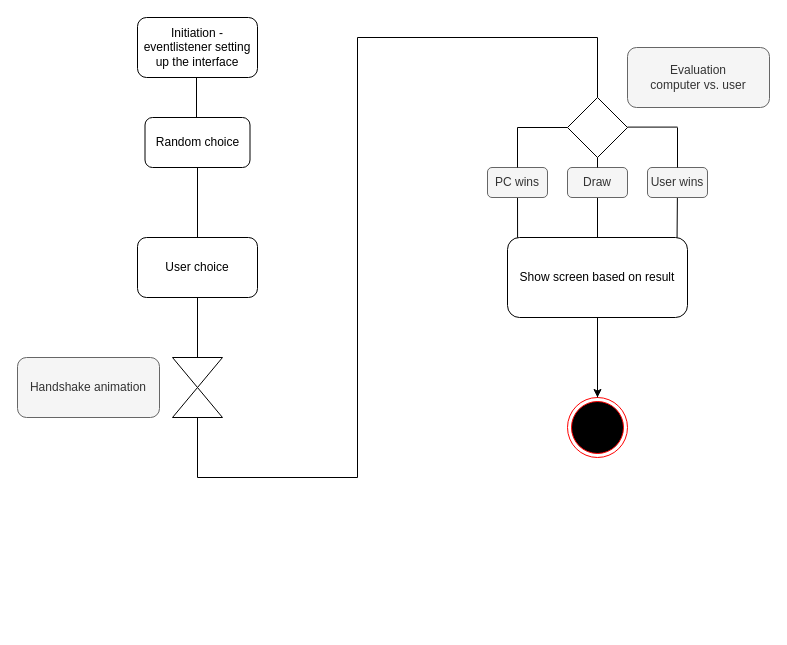
Above: Untitled Diagram.drawio in TheFred94/thegame (draw.io), before the change. Source tidied: cells renumbered, new cells numbered last; positions are measured from the earlier drawing's top-left corner, leaving out a move shared by most shapes. Both pictures are drawn from the tidied source at 100%, with x=0, y=0 at pixel (17, 17).
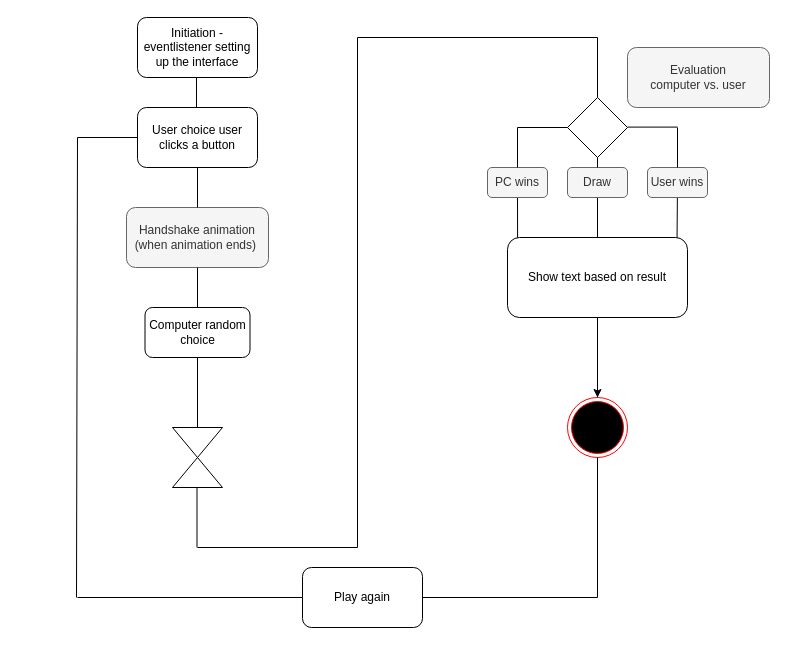
The same diagram, later.

The edit, as a diff of the source:
```diff
@@
-    <mxCell id="4" value="Random choice" style="rounded=1;whiteSpace=wrap;html=1;" parent="1" vertex="1">
-      <mxGeometry x="127.5" y="100" width="105" height="50" as="geometry" />
+    <mxCell id="4" value="Computer random choice" style="rounded=1;whiteSpace=wrap;html=1;" parent="1" vertex="1">
+      <mxGeometry x="127.5" y="290" width="105" height="50" as="geometry" />
     </mxCell>
-    <mxCell id="5" value="User choice" style="rounded=1;whiteSpace=wrap;html=1;" parent="1" vertex="1">
-      <mxGeometry x="120" y="220" width="120" height="60" as="geometry" />
+    <mxCell id="5" value="User choice user clicks a button" style="rounded=1;whiteSpace=wrap;html=1;" parent="1" vertex="1">
+      <mxGeometry x="120" y="90" width="120" height="60" as="geometry" />
     </mxCell>
@@
     <mxCell id="7" style="triangle;whiteSpace=wrap;html=1;direction=south;" parent="1" vertex="1">
-      <mxGeometry x="155" y="340" width="50" height="30" as="geometry" />
+      <mxGeometry x="155" y="410" width="50" height="30" as="geometry" />
     </mxCell>
     <mxCell id="8" style="triangle;whiteSpace=wrap;html=1;direction=north;" parent="1" vertex="1">
-      <mxGeometry x="155" y="370" width="50" height="30" as="geometry" />
+      <mxGeometry x="155" y="440" width="50" height="30" as="geometry" />
     </mxCell>
-    <mxCell id="9" style="endArrow=none;html=1;rounded=0;exitX=0;exitY=0.5;exitDx=0;exitDy=0;entryX=0.5;entryY=1;entryDx=0;entryDy=0;" parent="1" edge="1" source="7" target="5">
-      <mxGeometry relative="1" as="geometry" />
+    <mxCell id="9" style="endArrow=none;html=1;rounded=0;exitX=0;exitY=0.5;exitDx=0;exitDy=0;" parent="1" edge="1" source="7">
+      <mxGeometry relative="1" as="geometry">
+        <mxPoint x="180" y="340" as="targetPoint" />
+      </mxGeometry>
     </mxCell>
     <mxCell id="10" style="endArrow=none;html=1;rounded=0;" parent="1" edge="1">
       <mxGeometry relative="1" as="geometry">
-        <mxPoint x="180" y="460" as="sourcePoint" />
-        <mxPoint x="180" y="400" as="targetPoint" />
+        <mxPoint x="179.5" y="530" as="sourcePoint" />
+        <mxPoint x="179.5" y="470" as="targetPoint" />
       </mxGeometry>
     </mxCell>
     <mxCell id="11" style="endArrow=none;html=1;rounded=0;" parent="1" edge="1">
       <mxGeometry relative="1" as="geometry">
-        <mxPoint x="180" y="460" as="sourcePoint" />
-        <mxPoint x="340" y="460" as="targetPoint" />
+        <mxPoint x="180" y="530" as="sourcePoint" />
+        <mxPoint x="340" y="530" as="targetPoint" />
       </mxGeometry>
     </mxCell>
     <mxCell id="12" style="endArrow=none;html=1;rounded=0;" parent="1" edge="1">
       <mxGeometry relative="1" as="geometry">
-        <mxPoint x="340" y="460" as="sourcePoint" />
+        <mxPoint x="340" y="530" as="sourcePoint" />
         <mxPoint x="340" y="20" as="targetPoint" />
       </mxGeometry>
     </mxCell>
@@
-    <mxCell id="22" value="Show screen based on result" style="rounded=1;whiteSpace=wrap;html=1;" parent="1" vertex="1">
+    <mxCell id="22" value="Show text based on result" style="rounded=1;whiteSpace=wrap;html=1;" parent="1" vertex="1">
       <mxGeometry x="490" y="220" width="180" height="80" as="geometry" />
     </mxCell>
@@
-    <mxCell id="25" value="Handshake animation" style="rounded=1;whiteSpace=wrap;html=1;fillColor=#f5f5f5;fontColor=#333333;strokeColor=#666666;" parent="1" vertex="1">
-      <mxGeometry y="340" width="142" height="60" as="geometry" />
+    <mxCell id="25" value="Handshake animation (when animation ends)&amp;nbsp;" style="rounded=1;whiteSpace=wrap;html=1;fillColor=#f5f5f5;fontColor=#333333;strokeColor=#666666;" parent="1" vertex="1">
+      <mxGeometry x="109" y="190" width="142" height="60" as="geometry" />
     </mxCell>
@@
+    <mxCell id="33" style="endArrow=none;html=1;rounded=0;exitX=0.5;exitY=0;exitDx=0;exitDy=0;" parent="1" edge="1" source="25">
+      <mxGeometry relative="1" as="geometry">
+        <mxPoint x="180" y="150" as="targetPoint" />
+      </mxGeometry>
+    </mxCell>
+    <mxCell id="34" style="endArrow=none;html=1;rounded=0;exitX=0.5;exitY=0;exitDx=0;exitDy=0;" parent="1" edge="1" source="4">
+      <mxGeometry relative="1" as="geometry">
+        <mxPoint x="180" y="250" as="targetPoint" />
+      </mxGeometry>
+    </mxCell>
+    <mxCell id="35" style="endArrow=none;html=1;rounded=0;" parent="1" edge="1">
+      <mxGeometry relative="1" as="geometry">
+        <mxPoint x="580" y="580" as="sourcePoint" />
+        <mxPoint x="580" y="440" as="targetPoint" />
+      </mxGeometry>
+    </mxCell>
+    <mxCell id="36" style="endArrow=none;html=1;rounded=0;" parent="1" edge="1">
+      <mxGeometry relative="1" as="geometry">
+        <mxPoint x="60" y="580" as="sourcePoint" />
+        <mxPoint x="580" y="580" as="targetPoint" />
+      </mxGeometry>
+    </mxCell>
+    <mxCell id="37" style="endArrow=none;html=1;rounded=0;" parent="1" edge="1">
+      <mxGeometry relative="1" as="geometry">
+        <mxPoint x="59" y="580" as="sourcePoint" />
+        <mxPoint x="60" y="120" as="targetPoint" />
+      </mxGeometry>
+    </mxCell>
+    <mxCell id="38" style="endArrow=none;html=1;rounded=0;" parent="1" edge="1">
+      <mxGeometry relative="1" as="geometry">
+        <mxPoint x="60" y="120" as="sourcePoint" />
+        <mxPoint x="120" y="120" as="targetPoint" />
+      </mxGeometry>
+    </mxCell>
+    <mxCell id="39" value="Play again" style="rounded=1;whiteSpace=wrap;html=1;" parent="1" vertex="1">
+      <mxGeometry x="285" y="550" width="120" height="60" as="geometry" />
+    </mxCell>
```
